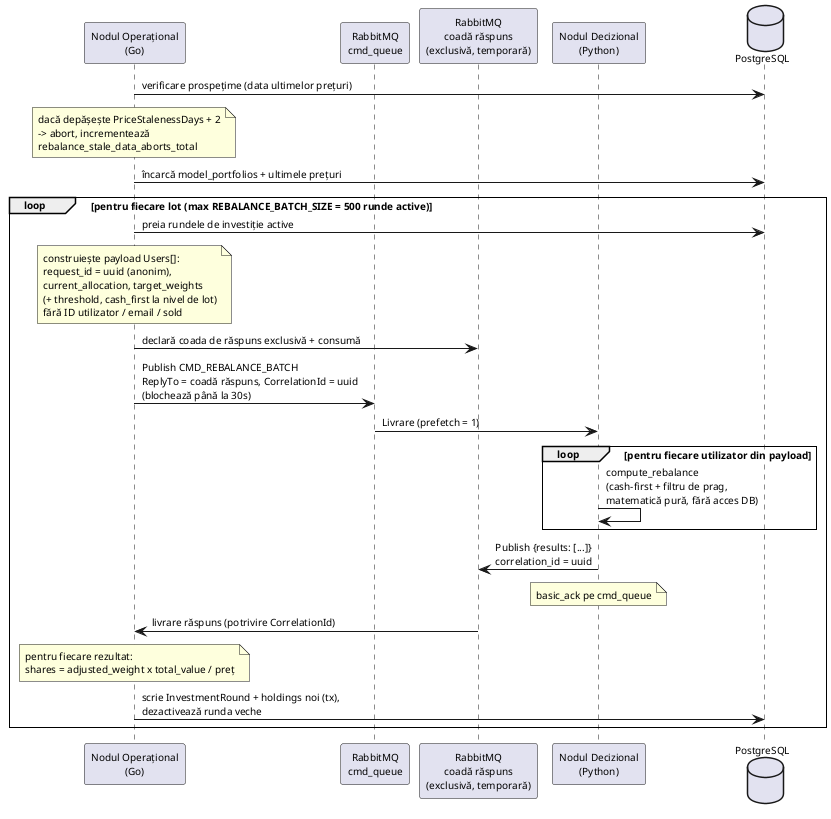
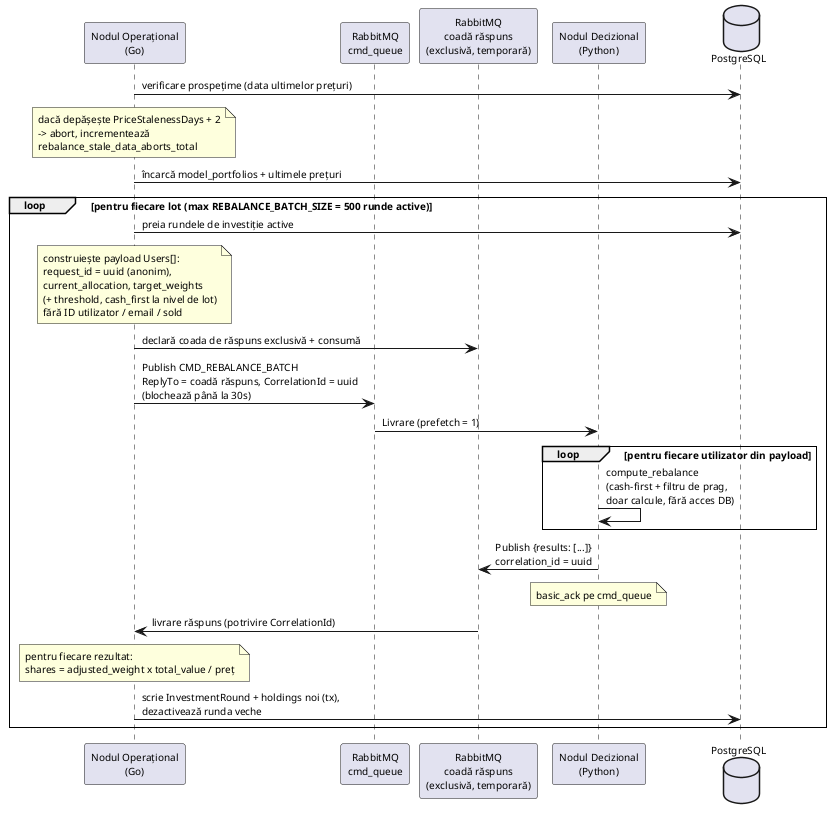
@startuml InvestPilot-Sequence-RPC-RO
skinparam defaultFontSize 10
skinparam defaultFontName Arial
skinparam sequenceArrowThickness 1
skinparam sequenceGroupBorderThickness 1

participant "Nodul Operațional\n(Go)" as Go
participant "RabbitMQ\ncmd_queue" as MQ
participant "RabbitMQ\ncoadă răspuns\n(exclusivă, temporară)" as RQ
participant "Nodul Decizional\n(Python)" as Python
database "PostgreSQL" as DB

Go -> DB : verificare prospețime (data ultimelor prețuri)
note over Go : dacă depășește PriceStalenessDays + 2\n-> abort, incrementează\nrebalance_stale_data_aborts_total
Go -> DB : încarcă model_portfolios + ultimele prețuri

loop pentru fiecare lot (max REBALANCE_BATCH_SIZE = 500 runde active)
    Go -> DB : preia rundele de investiție active
    note over Go : construiește payload Users[]:\nrequest_id = uuid (anonim),\ncurrent_allocation, target_weights\n(+ threshold, cash_first la nivel de lot)\nfără ID utilizator / email / sold

    Go -> RQ : declară coada de răspuns exclusivă + consumă
    Go -> MQ : Publish CMD_REBALANCE_BATCH\nReplyTo = coadă răspuns, CorrelationId = uuid\n(blochează până la 30s)
    MQ -> Python : Livrare (prefetch = 1)

    loop pentru fiecare utilizator din payload
-         Python -> Python : compute_rebalance\n(cash-first + filtru de prag,\nmatematică pură, fără acces DB)
+         Python -> Python : compute_rebalance\n(cash-first + filtru de prag,\ndoar calcule, fără acces DB)
    end

    Python -> RQ : Publish {results: [...]}\ncorrelation_id = uuid
    note over Python : basic_ack pe cmd_queue
    RQ -> Go : livrare răspuns (potrivire CorrelationId)

    note over Go : pentru fiecare rezultat:\nshares = adjusted_weight x total_value / preț
    Go -> DB : scrie InvestmentRound + holdings noi (tx),\ndezactivează runda veche
end
@enduml
